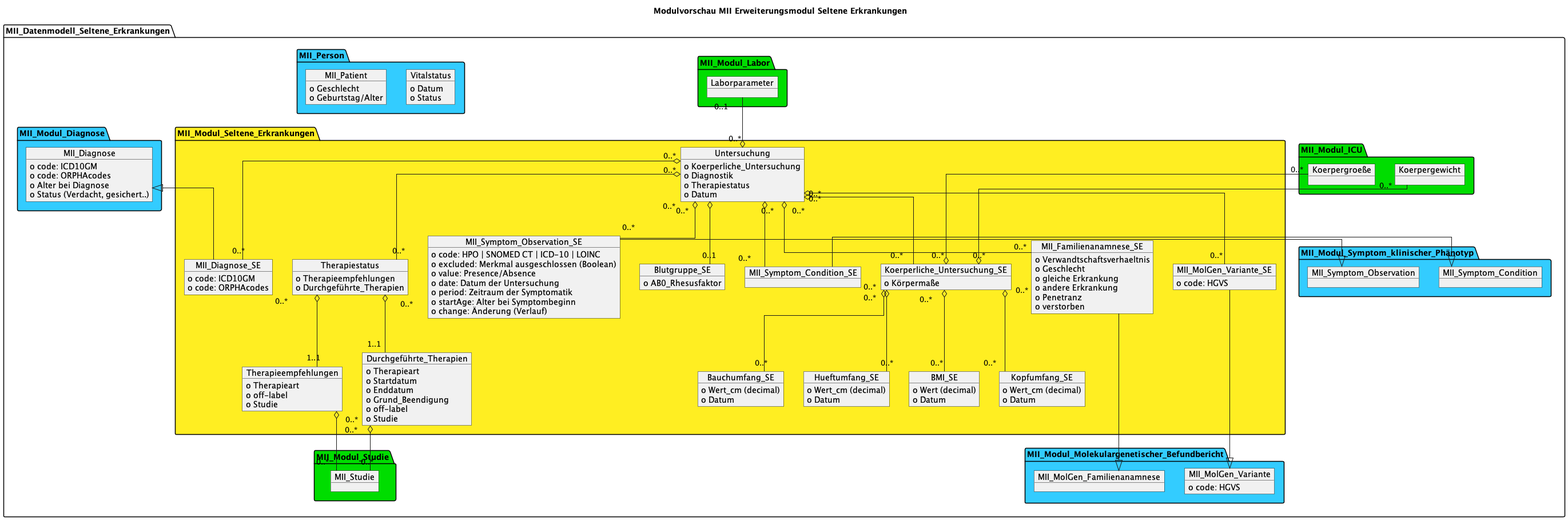
medizininformatik-initiative/kerndatensatzmodul-seltene-erkrankungen keeps this PlantUML diagram as information-model/MII_Datenmodell_Seltene_Erkrankungen_logisch.png. Above is the earlier version.
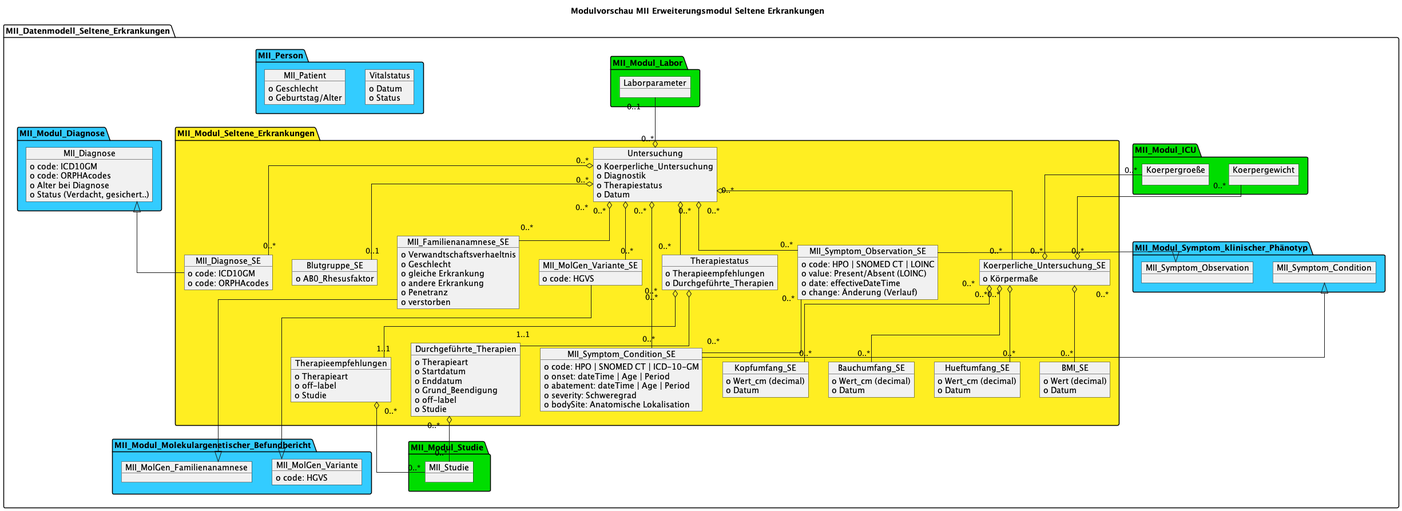
The same file after the commit.

Commit message:
Add details to symptom profiles in logical model diagram

What changed in the source:
```diff
@@ -42,15 +42,18 @@
       o verstorben
     }
     object MII_Symptom_Observation_SE  {
-      o code: HPO | SNOMED CT | ICD-10 | LOINC
-      o excluded: Merkmal ausgeschlossen (Boolean)
-      o value: Presence/Absence
-      o date: Datum der Untersuchung
-      o period: Zeitraum der Symptomatik
-      o startAge: Alter bei Symptombeginn
+      o code: HPO | SNOMED CT | LOINC
+      o value: Present/Absent (LOINC)
+      o date: effectiveDateTime
       o change: Änderung (Verlauf)
     }
-    object MII_Symptom_Condition_SE
+    object MII_Symptom_Condition_SE {
+      o code: HPO | SNOMED CT | ICD-10-GM
+      o onset: dateTime | Age | Period
+      o abatement: dateTime | Age | Period
+      o severity: Schweregrad
+      o bodySite: Anatomische Lokalisation
+    }
 
     object Untersuchung {
       o Koerperliche_Untersuchung
@@ -134,6 +137,7 @@
   Untersuchung "0..*" o-- "0..*" MII_Symptom_Observation_SE
   Untersuchung "0..*" o-- "0..*" MII_Familienanamnese_SE
   Untersuchung "0..*" o-- "0..*" Koerperliche_Untersuchung_SE
+  MII_Symptom_Observation_SE "0..*" -- "0..*" MII_Symptom_Condition_SE
   Koerperliche_Untersuchung_SE "0..*" o-up- "0..*" Koerpergewicht
   Koerperliche_Untersuchung_SE "0..*" o-up- "0..*" Koerpergroeße
   Koerperliche_Untersuchung_SE "0..*" o-- "0..*" BMI_SE
```
